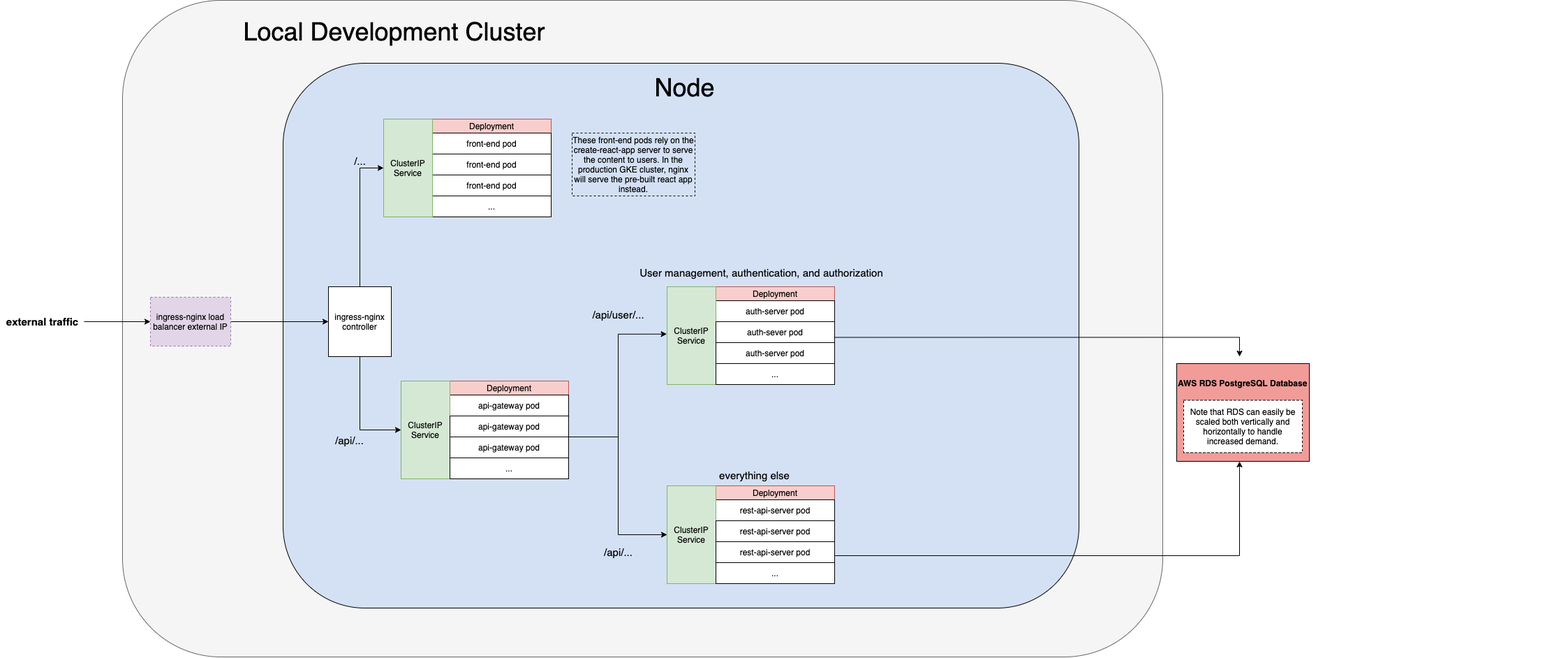
Before: planning/local_cluster.png, a diagram exported from draw.io (Daniel-Laufer/flashcard-app). Source tidied: cells renumbered, new cells last; positions are measured from the earlier drawing's top-left corner, leaving out a move shared by most shapes.
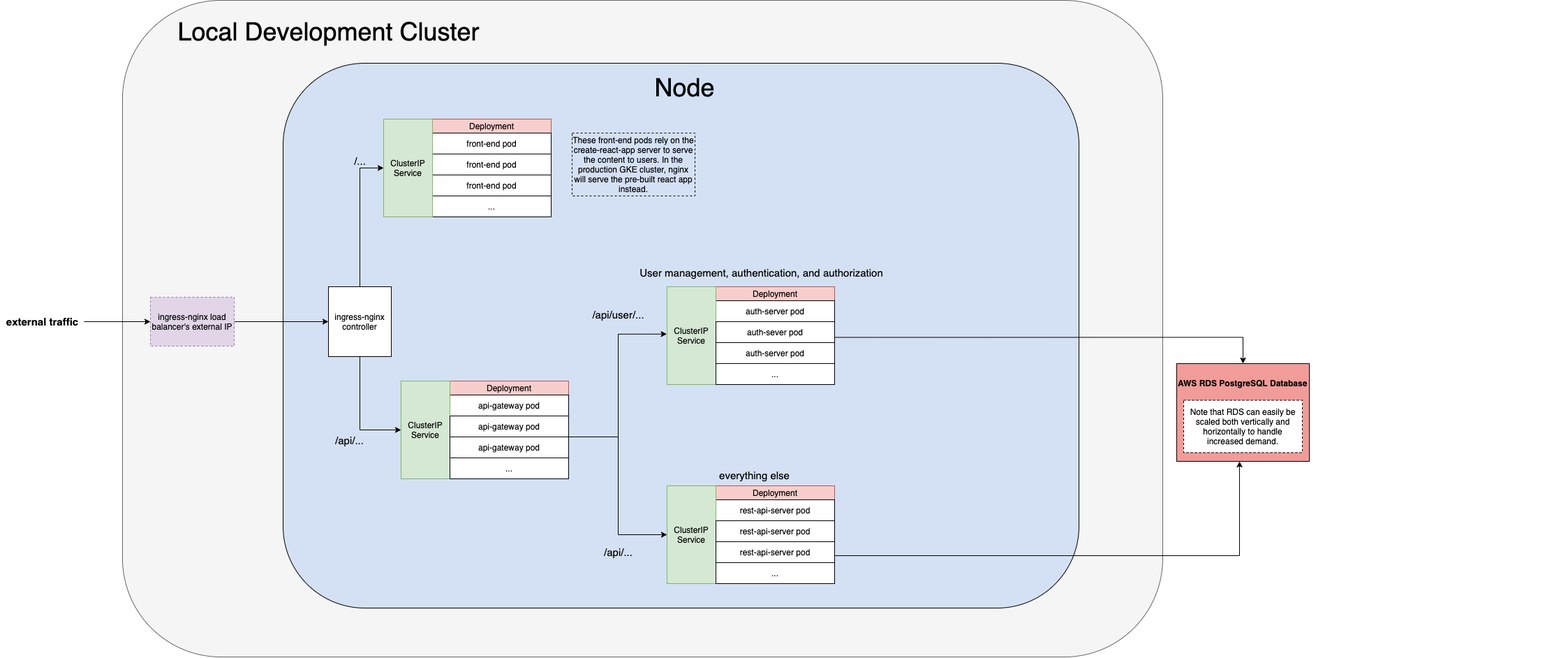
The same file after the commit.

Commit message:
forgot to export the drawio diagrams into pngs in the last commit

Diff of the diagram source:
```diff
@@ -75,7 +75,7 @@
       <mxGeometry x="910" y="380" width="360" height="20" as="geometry" />
     </mxCell>
     <mxCell id="26" value="&lt;span style=&quot;font-size: 36px&quot;&gt;Local Development Cluster&lt;/span&gt;" style="text;html=1;align=center;verticalAlign=middle;fillColor=none;strokeColor=none;rounded=0;" parent="1" vertex="1">
-      <mxGeometry x="339" y="30" width="450" height="30" as="geometry" />
+      <mxGeometry x="245" y="30" width="450" height="30" as="geometry" />
     </mxCell>
     <mxCell id="27" style="edgeStyle=orthogonalEdgeStyle;rounded=0;jettySize=auto;html=1;exitX=1;exitY=1;exitDx=0;exitDy=0;" parent="1" edge="1" source="28">
       <mxGeometry relative="1" as="geometry">
@@ -91,10 +91,8 @@
     <mxCell id="30" value="..." style="rounded=0;whiteSpace=wrap;html=1;" parent="1" vertex="1">
       <mxGeometry x="1025" y="805" width="170" height="30" as="geometry" />
     </mxCell>
-    <mxCell id="31" style="edgeStyle=orthogonalEdgeStyle;rounded=0;jettySize=auto;html=1;exitX=1;exitY=0.75;exitDx=0;exitDy=0;" parent="1" edge="1" source="32">
-      <mxGeometry relative="1" as="geometry">
-        <mxPoint x="1775" y="510" as="targetPoint" />
-      </mxGeometry>
+    <mxCell id="31" style="edgeStyle=orthogonalEdgeStyle;rounded=0;jettySize=auto;html=1;exitX=1;exitY=0.75;exitDx=0;exitDy=0;entryX=0.5;entryY=0;entryDx=0;entryDy=0;" parent="1" edge="1" source="32" target="53">
+      <mxGeometry relative="1" as="geometry" />
     </mxCell>
     <mxCell id="32" value="auth-sever pod" style="rounded=0;whiteSpace=wrap;html=1;" parent="1" vertex="1">
       <mxGeometry x="1025" y="460" width="170" height="30" as="geometry" />
@@ -168,8 +166,8 @@
     <mxCell id="51" style="edgeStyle=orthogonalEdgeStyle;rounded=0;jettySize=auto;html=1;exitX=1;exitY=0.5;exitDx=0;exitDy=0;entryX=0;entryY=0.5;entryDx=0;entryDy=0;" parent="1" edge="1" source="52" target="7">
       <mxGeometry relative="1" as="geometry" />
     </mxCell>
-    <mxCell id="52" value="&lt;font style=&quot;font-size: 12px&quot;&gt;ingress-nginx load balancer external IP&lt;/font&gt;" style="rounded=0;whiteSpace=wrap;html=1;dashed=1;fillColor=#e1d5e7;strokeColor=#9673a6;" parent="1" vertex="1">
-      <mxGeometry x="215" y="425" width="115" height="70" as="geometry" />
+    <mxCell id="52" value="&lt;font style=&quot;font-size: 12px&quot;&gt;ingress-nginx load balancer's external IP&lt;/font&gt;" style="rounded=0;whiteSpace=wrap;html=1;dashed=1;fillColor=#e1d5e7;strokeColor=#9673a6;" parent="1" vertex="1">
+      <mxGeometry x="215" y="425" width="120" height="70" as="geometry" />
     </mxCell>
     <mxCell id="53" style="rounded=0;whiteSpace=wrap;html=1;fillColor=#F19C99;" parent="1" vertex="1">
       <mxGeometry x="1685" y="520" width="190" height="140" as="geometry" />
```
